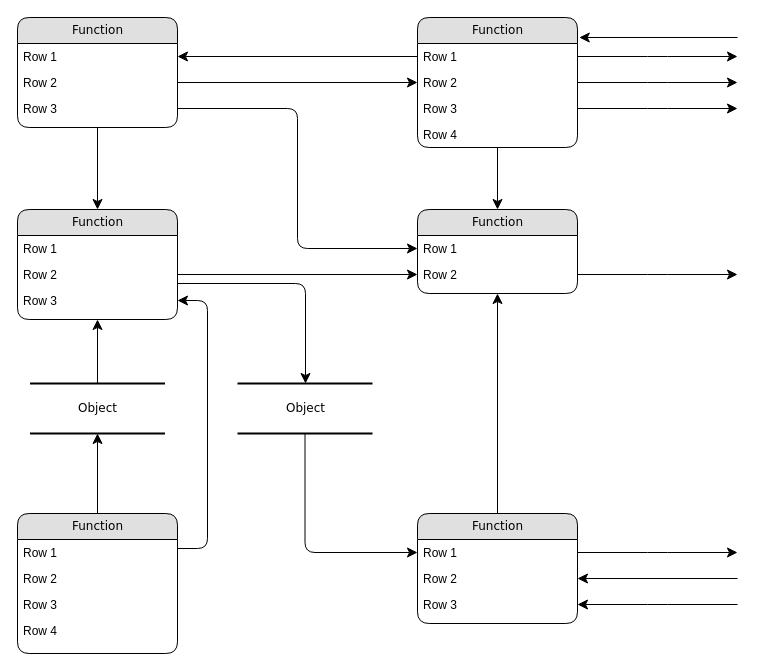
The draw.io diagram page "Page-1" (1 of 2) of TerosDDD.drawio in Chadius/terosDesignNotes, before the edit. Source tidied: cells renumbered, new cells numbered last; positions are measured from the earlier drawing's top-left corner, leaving out a move shared by most shapes. Both pictures are drawn from the tidied source at 100%, with x=0, y=0 at pixel (17, 17).
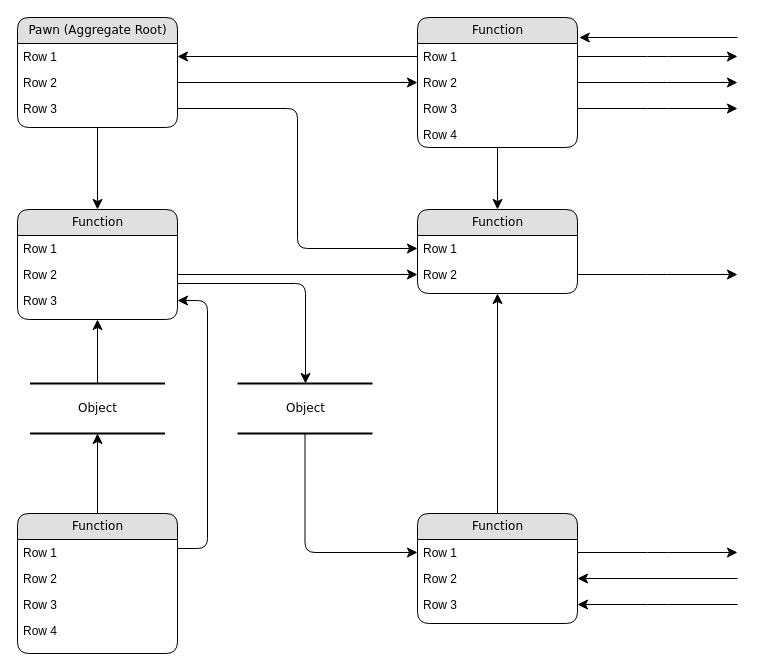
Above is the later version.

Change to the diagram source:
```diff
@@
-    <mxCell id="3" value="Function" style="swimlane;html=1;fontStyle=0;horizontal=1;startSize=26;fillColor=#e0e0e0;swimlaneFillColor=#ffffff;align=center;rounded=1;shadow=0;comic=0;labelBackgroundColor=none;strokeWidth=1;fontFamily=Verdana;fontSize=12;" parent="1" vertex="1">
+    <mxCell id="3" value="&lt;div&gt;Pawn (Aggregate Root)&lt;/div&gt;" style="swimlane;html=1;fontStyle=0;horizontal=1;startSize=26;fillColor=#e0e0e0;swimlaneFillColor=#ffffff;align=center;rounded=1;shadow=0;comic=0;labelBackgroundColor=none;strokeWidth=1;fontFamily=Verdana;fontSize=12;" parent="1" vertex="1">
       <mxGeometry width="160" height="110" as="geometry" />
     </mxCell>
```
